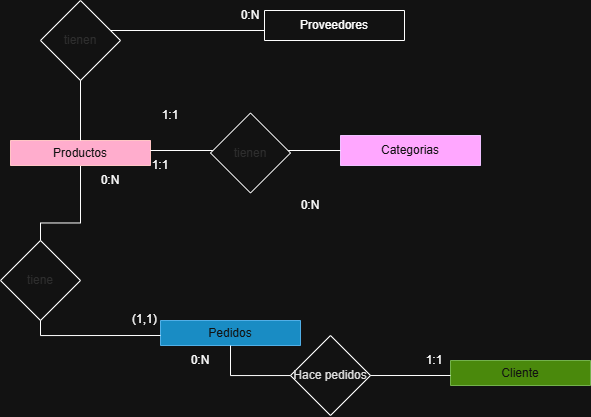
Before: Diagrama_E.png, a diagram exported from draw.io (DacoTaWSS/lab-unidad1-mongodb). Source tidied: cells renumbered, new cells last; positions are measured from the earlier drawing's top-left corner, leaving out a move shared by most shapes.
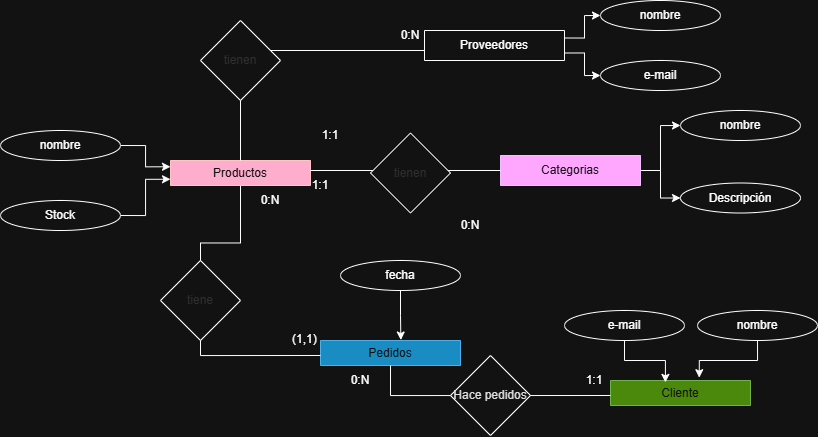
After the commit.

Diff of the diagram source:
```diff
@@ -10,9 +10,21 @@
     <mxCell id="3" value="Productos" style="swimlane;fontStyle=0;horizontal=1;startSize=30;whiteSpace=wrap;html=1;fillColor=#a20025;fontColor=#ffffff;strokeColor=#6F0000;" parent="1" vertex="1">
       <mxGeometry x="10" y="140" width="140" height="25" as="geometry" />
     </mxCell>
+    <mxCell id="24" style="edgeStyle=orthogonalEdgeStyle;rounded=0;jettySize=auto;html=1;exitX=1;exitY=0.5;exitDx=0;exitDy=0;entryX=0;entryY=0.5;entryDx=0;entryDy=0;" parent="1" edge="1" source="4" target="34">
+      <mxGeometry relative="1" as="geometry" />
+    </mxCell>
+    <mxCell id="25" style="edgeStyle=orthogonalEdgeStyle;rounded=0;jettySize=auto;html=1;exitX=1;exitY=0.5;exitDx=0;exitDy=0;entryX=0;entryY=0.5;entryDx=0;entryDy=0;" parent="1" edge="1" source="4" target="35">
+      <mxGeometry relative="1" as="geometry" />
+    </mxCell>
     <mxCell id="4" value="Categorias" style="swimlane;fontStyle=0;horizontal=1;startSize=30;whiteSpace=wrap;html=1;fillColor=#6a00ff;fontColor=#ffffff;strokeColor=#3700CC;" parent="1" vertex="1">
       <mxGeometry x="340" y="135" width="140" height="30" as="geometry" />
     </mxCell>
+    <mxCell id="26" style="edgeStyle=orthogonalEdgeStyle;rounded=0;jettySize=auto;html=1;exitX=1;exitY=0.75;exitDx=0;exitDy=0;entryX=0;entryY=0.5;entryDx=0;entryDy=0;" parent="1" edge="1" source="5" target="29">
+      <mxGeometry relative="1" as="geometry" />
+    </mxCell>
+    <mxCell id="27" style="edgeStyle=orthogonalEdgeStyle;rounded=0;jettySize=auto;html=1;exitX=1;exitY=0.25;exitDx=0;exitDy=0;entryX=0;entryY=0.5;entryDx=0;entryDy=0;" parent="1" edge="1" source="5" target="28">
+      <mxGeometry relative="1" as="geometry" />
+    </mxCell>
     <mxCell id="5" value="Proveedores" style="swimlane;fontStyle=0;horizontal=1;startSize=30;whiteSpace=wrap;html=1;" parent="1" vertex="1">
       <mxGeometry x="264" y="10" width="140" height="30" as="geometry" />
     </mxCell>
@@ -80,5 +92,47 @@
     <mxCell id="23" value="&lt;font color=&quot;#dedede&quot;&gt;tienen&lt;/font&gt;" style="rhombus;whiteSpace=wrap;html=1;" parent="1" vertex="1">
       <mxGeometry x="40" width="80" height="80" as="geometry" />
     </mxCell>
+    <mxCell id="28" value="nombre" style="ellipse;whiteSpace=wrap;html=1;" parent="1" vertex="1">
+      <mxGeometry x="440" y="-20" width="120" height="30" as="geometry" />
+    </mxCell>
+    <mxCell id="29" value="e-mail" style="ellipse;whiteSpace=wrap;html=1;" parent="1" vertex="1">
+      <mxGeometry x="440" y="40" width="120" height="30" as="geometry" />
+    </mxCell>
+    <mxCell id="30" style="edgeStyle=orthogonalEdgeStyle;rounded=0;jettySize=auto;html=1;exitX=1;exitY=0.5;exitDx=0;exitDy=0;entryX=0;entryY=0.25;entryDx=0;entryDy=0;" parent="1" edge="1" source="31" target="3">
+      <mxGeometry relative="1" as="geometry" />
+    </mxCell>
+    <mxCell id="31" value="nombre" style="ellipse;whiteSpace=wrap;html=1;" parent="1" vertex="1">
+      <mxGeometry x="-160" y="110" width="120" height="30" as="geometry" />
+    </mxCell>
+    <mxCell id="32" style="edgeStyle=orthogonalEdgeStyle;rounded=0;jettySize=auto;html=1;exitX=1;exitY=0.5;exitDx=0;exitDy=0;entryX=0;entryY=0.75;entryDx=0;entryDy=0;" parent="1" edge="1" source="33" target="3">
+      <mxGeometry relative="1" as="geometry" />
+    </mxCell>
+    <mxCell id="33" value="Stock" style="ellipse;whiteSpace=wrap;html=1;" parent="1" vertex="1">
+      <mxGeometry x="-160" y="180" width="120" height="30" as="geometry" />
+    </mxCell>
+    <mxCell id="34" value="nombre" style="ellipse;whiteSpace=wrap;html=1;" parent="1" vertex="1">
+      <mxGeometry x="520" y="90" width="120" height="30" as="geometry" />
+    </mxCell>
+    <mxCell id="35" value="Descripción" style="ellipse;whiteSpace=wrap;html=1;" parent="1" vertex="1">
+      <mxGeometry x="520" y="162.5" width="120" height="30" as="geometry" />
+    </mxCell>
+    <mxCell id="36" value="fecha" style="ellipse;whiteSpace=wrap;html=1;" parent="1" vertex="1">
+      <mxGeometry x="180" y="240" width="120" height="30" as="geometry" />
+    </mxCell>
+    <mxCell id="37" style="edgeStyle=orthogonalEdgeStyle;rounded=0;jettySize=auto;html=1;exitX=0.5;exitY=1;exitDx=0;exitDy=0;entryX=0.574;entryY=-0.019;entryDx=0;entryDy=0;entryPerimeter=0;" parent="1" edge="1" source="36" target="6">
+      <mxGeometry relative="1" as="geometry" />
+    </mxCell>
+    <mxCell id="38" value="nombre" style="ellipse;whiteSpace=wrap;html=1;" parent="1" vertex="1">
+      <mxGeometry x="537" y="290" width="120" height="30" as="geometry" />
+    </mxCell>
+    <mxCell id="39" value="e-mail" style="ellipse;whiteSpace=wrap;html=1;" parent="1" vertex="1">
+      <mxGeometry x="404" y="290" width="120" height="30" as="geometry" />
+    </mxCell>
+    <mxCell id="40" style="edgeStyle=orthogonalEdgeStyle;rounded=0;jettySize=auto;html=1;exitX=0.5;exitY=1;exitDx=0;exitDy=0;entryX=0.392;entryY=0.075;entryDx=0;entryDy=0;entryPerimeter=0;" parent="1" edge="1" source="39" target="13">
+      <mxGeometry relative="1" as="geometry" />
+    </mxCell>
+    <mxCell id="41" style="edgeStyle=orthogonalEdgeStyle;rounded=0;jettySize=auto;html=1;exitX=0.5;exitY=1;exitDx=0;exitDy=0;entryX=0.634;entryY=-0.113;entryDx=0;entryDy=0;entryPerimeter=0;" parent="1" edge="1" source="38" target="13">
+      <mxGeometry relative="1" as="geometry" />
+    </mxCell>
   </root>
 </mxGraphModel>
```
